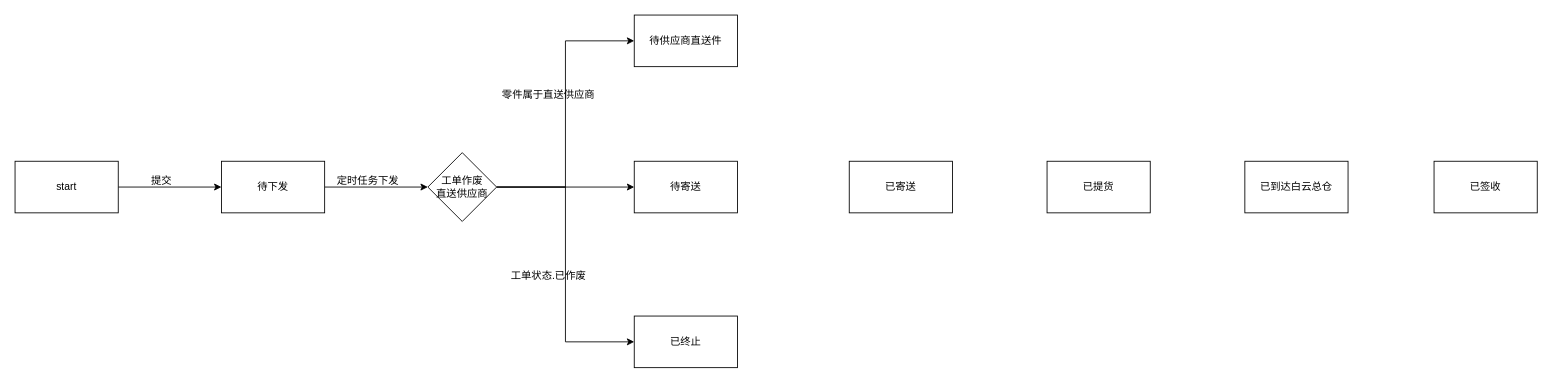
The draw.io diagram 零件回收主单状态迁移图.drawio in 1132489442/designer, before the edit. Source tidied: cells renumbered, new cells numbered last; positions are measured from the earlier drawing's top-left corner, leaving out a move shared by most shapes. Both pictures are drawn from the tidied source at 86%, with x=0, y=0 at pixel (15, 15).
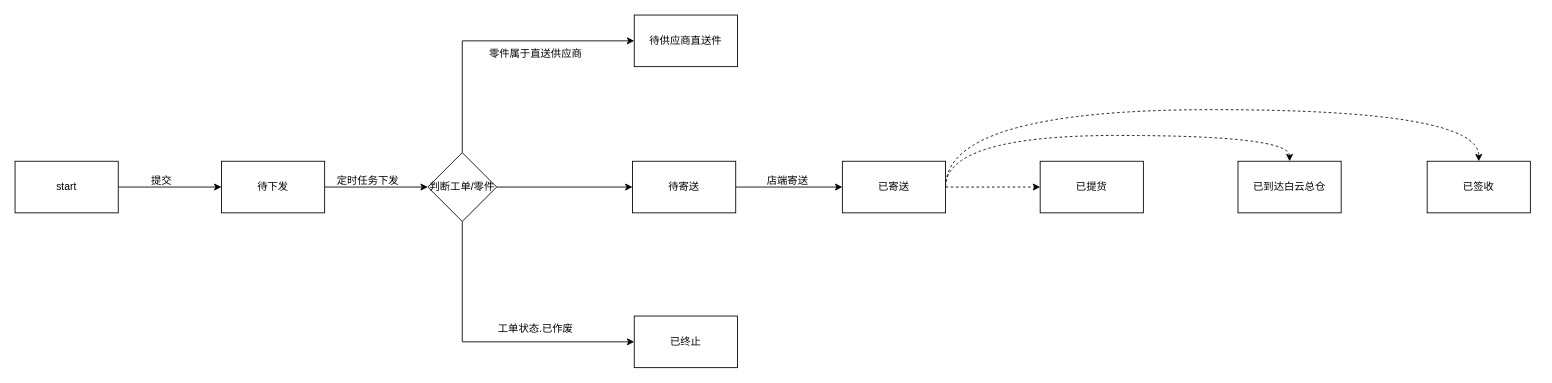
Above is the later version.

Commit message (it also covers changes not shown here):
更新零件回收主单状态迁移图.drawio

The change refers to these unchanged cells:
```xml
<mxCell id="11" value="已终止" style="whiteSpace=wrap;html=1;" parent="1" vertex="1">
  <mxGeometry x="720" y="350" width="120" height="60" as="geometry" />
</mxCell>
<mxCell id="12" value="待供应商直送件" style="whiteSpace=wrap;html=1;" parent="1" vertex="1">
  <mxGeometry x="720" width="120" height="60" as="geometry" />
</mxCell>
```

The edit, as a diff of the source:
```diff
@@
+    <mxCell id="21" style="edgeStyle=orthogonalEdgeStyle;rounded=0;jettySize=auto;html=1;exitX=1;exitY=0.5;exitDx=0;exitDy=0;entryX=0;entryY=0.5;entryDx=0;entryDy=0;" parent="1" edge="1" source="6" target="13">
+      <mxGeometry relative="1" as="geometry" />
+    </mxCell>
     <mxCell id="6" value="待寄送" style="whiteSpace=wrap;html=1;" parent="1" vertex="1">
-      <mxGeometry x="720" y="170" width="120" height="60" as="geometry" />
+      <mxGeometry x="718" y="170" width="120" height="60" as="geometry" />
     </mxCell>
-    <mxCell id="7" style="edgeStyle=orthogonalEdgeStyle;rounded=0;jettySize=auto;html=1;exitX=1;exitY=0.5;exitDx=0;exitDy=0;entryX=0;entryY=0.5;entryDx=0;entryDy=0;" parent="1" edge="1" source="10" target="12">
+    <mxCell id="7" style="edgeStyle=orthogonalEdgeStyle;rounded=0;jettySize=auto;html=1;exitX=0.5;exitY=0;exitDx=0;exitDy=0;entryX=0;entryY=0.5;entryDx=0;entryDy=0;" parent="1" edge="1" source="10" target="12">
       <mxGeometry relative="1" as="geometry" />
     </mxCell>
@@
-    <mxCell id="9" style="edgeStyle=orthogonalEdgeStyle;rounded=0;jettySize=auto;html=1;exitX=1;exitY=0.5;exitDx=0;exitDy=0;entryX=0;entryY=0.5;entryDx=0;entryDy=0;" parent="1" edge="1" source="10" target="11">
+    <mxCell id="9" style="edgeStyle=orthogonalEdgeStyle;rounded=0;jettySize=auto;html=1;exitX=0.5;exitY=1;exitDx=0;exitDy=0;entryX=0;entryY=0.5;entryDx=0;entryDy=0;" parent="1" edge="1" source="10" target="11">
       <mxGeometry relative="1" as="geometry" />
     </mxCell>
-    <mxCell id="10" value="工单作废&lt;br&gt;直送供应商" style="rhombus;whiteSpace=wrap;html=1;" parent="1" vertex="1">
+    <mxCell id="10" value="判断工单/零件" style="rhombus;whiteSpace=wrap;html=1;" parent="1" vertex="1">
       <mxGeometry x="480" y="160" width="80" height="80" as="geometry" />
     </mxCell>
@@
+    <mxCell id="22" style="edgeStyle=orthogonalEdgeStyle;rounded=0;jettySize=auto;html=1;exitX=1;exitY=0.5;exitDx=0;exitDy=0;dashed=1;" parent="1" edge="1" source="13" target="14">
+      <mxGeometry relative="1" as="geometry" />
+    </mxCell>
+    <mxCell id="23" style="rounded=0;jettySize=auto;html=1;exitX=1;exitY=0.5;exitDx=0;exitDy=0;dashed=1;curved=1;strokeColor=none;" parent="1" edge="1" source="13" target="15">
+      <mxGeometry relative="1" as="geometry" />
+    </mxCell>
+    <mxCell id="24" style="edgeStyle=orthogonalEdgeStyle;rounded=0;jettySize=auto;html=1;exitX=1;exitY=0.5;exitDx=0;exitDy=0;dashed=1;curved=1;" parent="1" edge="1" source="13" target="15">
+      <mxGeometry relative="1" as="geometry">
+        <Array as="points">
+          <mxPoint x="1082" y="140" />
+          <mxPoint x="1482" y="140" />
+        </Array>
+      </mxGeometry>
+    </mxCell>
+    <mxCell id="25" style="edgeStyle=orthogonalEdgeStyle;rounded=0;jettySize=auto;html=1;exitX=1;exitY=0.5;exitDx=0;exitDy=0;dashed=1;curved=1;" parent="1" edge="1" source="13" target="16">
+      <mxGeometry relative="1" as="geometry">
+        <Array as="points">
+          <mxPoint x="1082" y="110" />
+          <mxPoint x="1702" y="110" />
+        </Array>
+      </mxGeometry>
+    </mxCell>
     <mxCell id="13" value="已寄送" style="whiteSpace=wrap;html=1;" parent="1" vertex="1">
-      <mxGeometry x="970" y="170" width="120" height="60" as="geometry" />
+      <mxGeometry x="962" y="170" width="120" height="60" as="geometry" />
     </mxCell>
     <mxCell id="14" value="已提货" style="whiteSpace=wrap;html=1;" parent="1" vertex="1">
-      <mxGeometry x="1200" y="170" width="120" height="60" as="geometry" />
+      <mxGeometry x="1192" y="170" width="120" height="60" as="geometry" />
     </mxCell>
     <mxCell id="15" value="已到达白云总仓" style="whiteSpace=wrap;html=1;" parent="1" vertex="1">
-      <mxGeometry x="1430" y="170" width="120" height="60" as="geometry" />
+      <mxGeometry x="1422" y="170" width="120" height="60" as="geometry" />
     </mxCell>
     <mxCell id="16" value="已签收" style="whiteSpace=wrap;html=1;" parent="1" vertex="1">
-      <mxGeometry x="1650" y="170" width="120" height="60" as="geometry" />
+      <mxGeometry x="1642" y="170" width="120" height="60" as="geometry" />
     </mxCell>
@@
     <mxCell id="19" value="工单状态.已作废" style="text;html=1;align=center;verticalAlign=middle;strokeColor=none;fillColor=none;" parent="1" vertex="1">
-      <mxGeometry x="565" y="288" width="110" height="30" as="geometry" />
+      <mxGeometry x="550" y="350" width="110" height="30" as="geometry" />
     </mxCell>
     <mxCell id="20" value="零件属于直送供应商" style="text;html=1;align=center;verticalAlign=middle;strokeColor=none;fillColor=none;" parent="1" vertex="1">
-      <mxGeometry x="555" y="78" width="130" height="30" as="geometry" />
+      <mxGeometry x="540" y="30" width="130" height="30" as="geometry" />
     </mxCell>
+    <mxCell id="26" value="店端寄送" style="text;html=1;align=center;verticalAlign=middle;strokeColor=none;fillColor=none;" parent="1" vertex="1">
+      <mxGeometry x="863" y="178" width="70" height="30" as="geometry" />
+    </mxCell>
```
